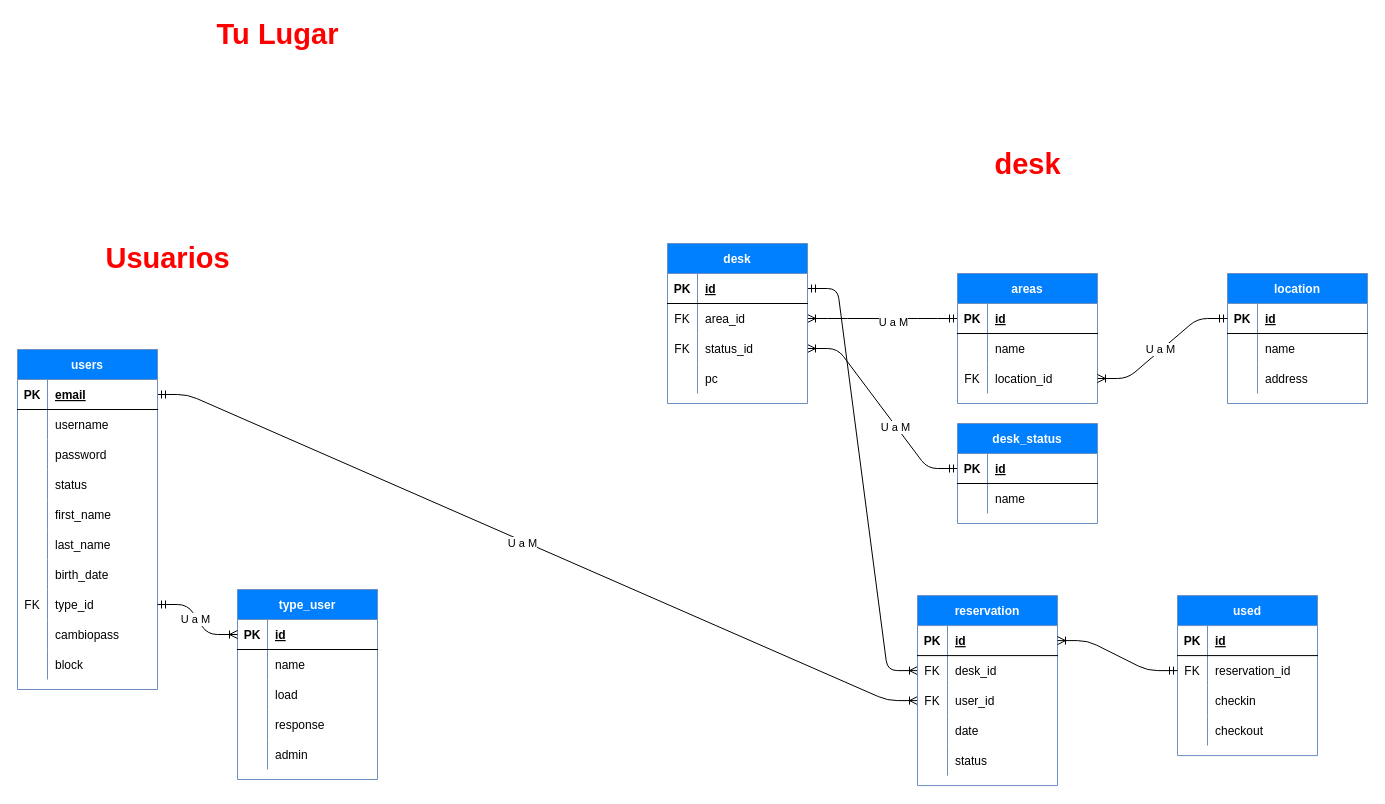
Earlier version of the draw.io diagram tulugar.drawio (jpcasa29/Diagramas_SQL). Source tidied: cells renumbered, new cells numbered last; positions are measured from the earlier drawing's top-left corner, leaving out a move shared by most shapes. Both pictures are drawn from the tidied source at 100%, with x=0, y=0 at pixel (17, 19).
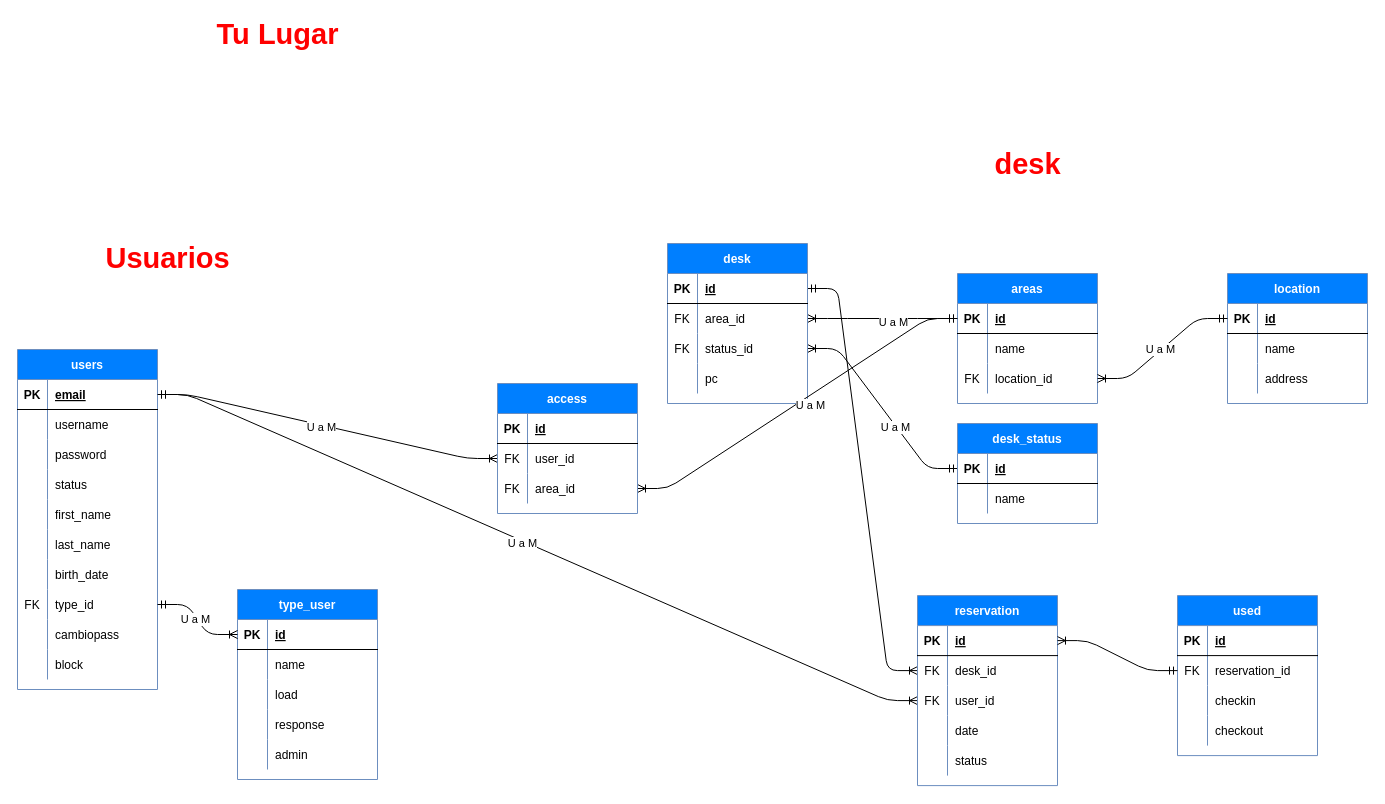
After the change.

Unchanged cells that the change refers to:
```xml
<mxCell id="27" style="shape=partialRectangle;fillColor=none;top=0;left=0;bottom=1;right=0;points=[[0,0.5],[1,0.5]];portConstraint=eastwest;" parent="26" vertex="1">
  <mxGeometry y="30" width="140" height="30" as="geometry" />
</mxCell>
<mxCell id="72" style="shape=partialRectangle;fillColor=none;top=0;left=0;bottom=1;right=0;points=[[0,0.5],[1,0.5]];portConstraint=eastwest;" parent="71" vertex="1">
  <mxGeometry y="30" width="140" height="30" as="geometry" />
</mxCell>
```

The edit, as a diff of the source:
```diff
@@
+    <mxCell id="134" style="edgeStyle=entityRelationEdgeStyle;fontSize=12;html=1;endArrow=ERoneToMany;startArrow=ERmandOne;exitX=1;exitY=0.5;exitDx=0;exitDy=0;" parent="1" edge="1" source="72" target="142">
+      <mxGeometry relative="1" as="geometry" />
+    </mxCell>
+    <mxCell id="135" value="U a M" style="edgeLabel;html=1;align=center;verticalAlign=middle;" parent="134" vertex="1">
+      <mxGeometry x="-0.04" y="-2" relative="1" as="geometry" />
+    </mxCell>
+    <mxCell id="136" style="edgeStyle=entityRelationEdgeStyle;fontSize=12;html=1;endArrow=ERoneToMany;startArrow=ERmandOne;" parent="1" edge="1" source="27" target="145">
+      <mxGeometry relative="1" as="geometry" />
+    </mxCell>
+    <mxCell id="137" value="U a M" style="edgeLabel;html=1;align=center;verticalAlign=middle;fontColor=#000000;" parent="136" vertex="1">
+      <mxGeometry x="-0.01" y="2" relative="1" as="geometry">
+        <mxPoint x="9.5" y="1.5" as="offset" />
+      </mxGeometry>
+    </mxCell>
+    <mxCell id="138" value="access" style="shape=table;startSize=30;childLayout=tableLayout;rowLines=0;fontStyle=1;align=center;labelBackgroundColor=none;strokeColor=#6c8ebf;fillColor=#007FFF;fontColor=#FFFFFF;" parent="1" vertex="1">
+      <mxGeometry x="480" y="364" width="140" height="130" as="geometry" />
+    </mxCell>
+    <mxCell id="139" style="shape=partialRectangle;fillColor=none;top=0;left=0;bottom=1;right=0;" parent="138" vertex="1">
+      <mxGeometry y="30" width="140" height="30" as="geometry" />
+    </mxCell>
+    <mxCell id="140" value="PK" style="shape=partialRectangle;fillColor=none;top=0;left=0;bottom=0;right=0;fontStyle=1;overflow=hidden;" parent="139" vertex="1">
+      <mxGeometry width="30" height="30" as="geometry" />
+    </mxCell>
+    <mxCell id="141" value="id" style="shape=partialRectangle;fillColor=none;top=0;left=0;bottom=0;right=0;align=left;spacingLeft=6;fontStyle=5;overflow=hidden;" parent="139" vertex="1">
+      <mxGeometry x="30" width="110" height="30" as="geometry" />
+    </mxCell>
+    <mxCell id="142" style="shape=partialRectangle;fillColor=none;top=0;left=0;bottom=0;right=0;points=[[0,0.5],[1,0.5]];portConstraint=eastwest;" parent="138" vertex="1">
+      <mxGeometry y="60" width="140" height="30" as="geometry" />
+    </mxCell>
+    <mxCell id="143" value="FK" style="shape=partialRectangle;fillColor=none;top=0;left=0;bottom=0;right=0;overflow=hidden;" parent="142" vertex="1">
+      <mxGeometry width="30" height="30" as="geometry" />
+    </mxCell>
+    <mxCell id="144" value="user_id" style="shape=partialRectangle;fillColor=none;top=0;left=0;bottom=0;right=0;align=left;spacingLeft=6;overflow=hidden;" parent="142" vertex="1">
+      <mxGeometry x="30" width="110" height="30" as="geometry" />
+    </mxCell>
+    <mxCell id="145" style="shape=partialRectangle;fillColor=none;top=0;left=0;bottom=0;right=0;points=[[0,0.5],[1,0.5]];portConstraint=eastwest;" parent="138" vertex="1">
+      <mxGeometry y="90" width="140" height="30" as="geometry" />
+    </mxCell>
+    <mxCell id="146" value="FK" style="shape=partialRectangle;fillColor=none;top=0;left=0;bottom=0;right=0;overflow=hidden;" parent="145" vertex="1">
+      <mxGeometry width="30" height="30" as="geometry" />
+    </mxCell>
+    <mxCell id="147" value="area_id" style="shape=partialRectangle;fillColor=none;top=0;left=0;bottom=0;right=0;align=left;spacingLeft=6;overflow=hidden;" parent="145" vertex="1">
+      <mxGeometry x="30" width="110" height="30" as="geometry" />
+    </mxCell>
```
